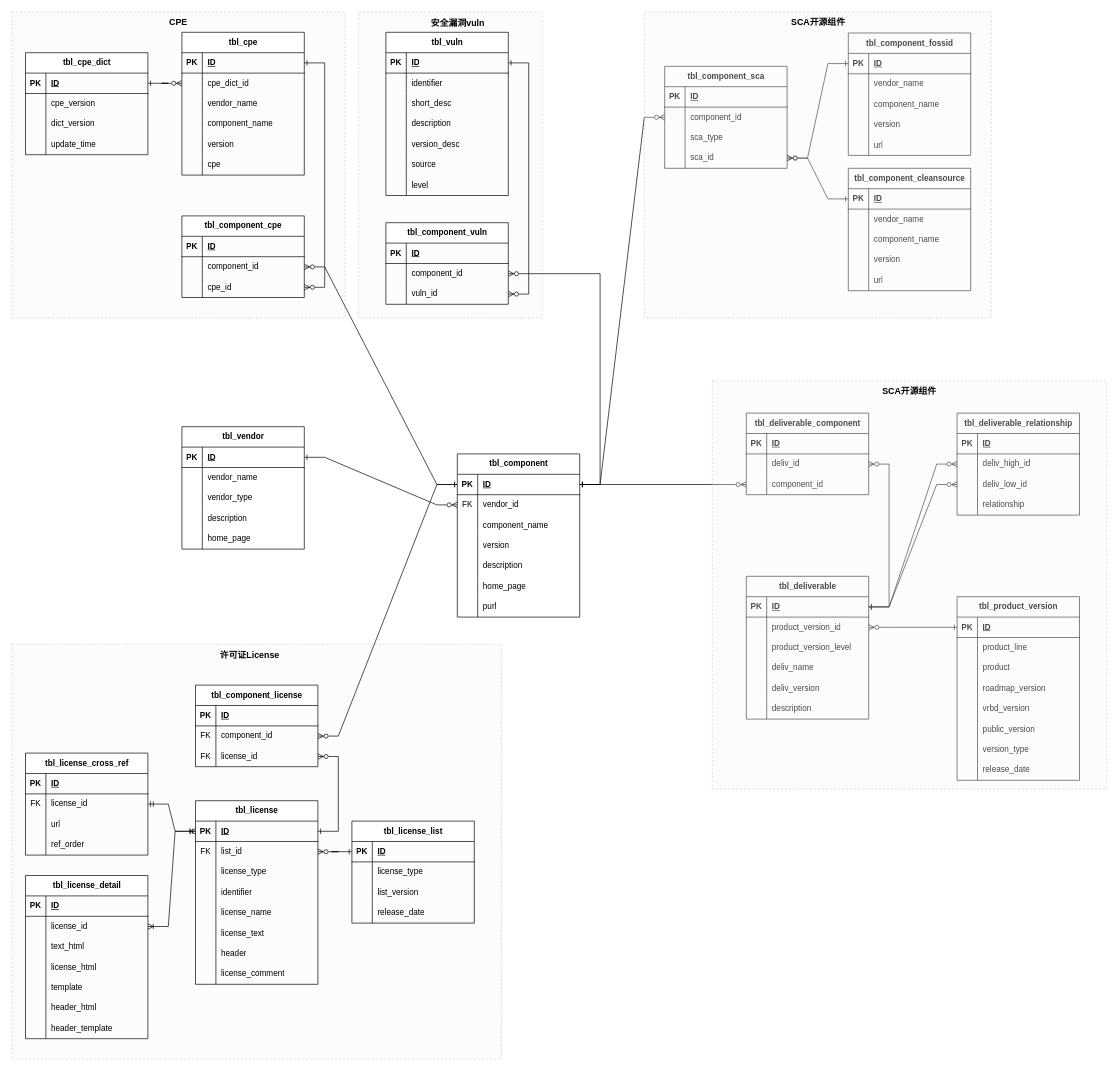
Above: sbom.drawio in twingao/flowchart (draw.io), before the change. Source tidied: cells renumbered, new cells numbered last; positions are measured from the earlier drawing's top-left corner, leaving out a move shared by most shapes. Both pictures are drawn from the tidied source at 68%, with x=0, y=0 at pixel (12, 12).
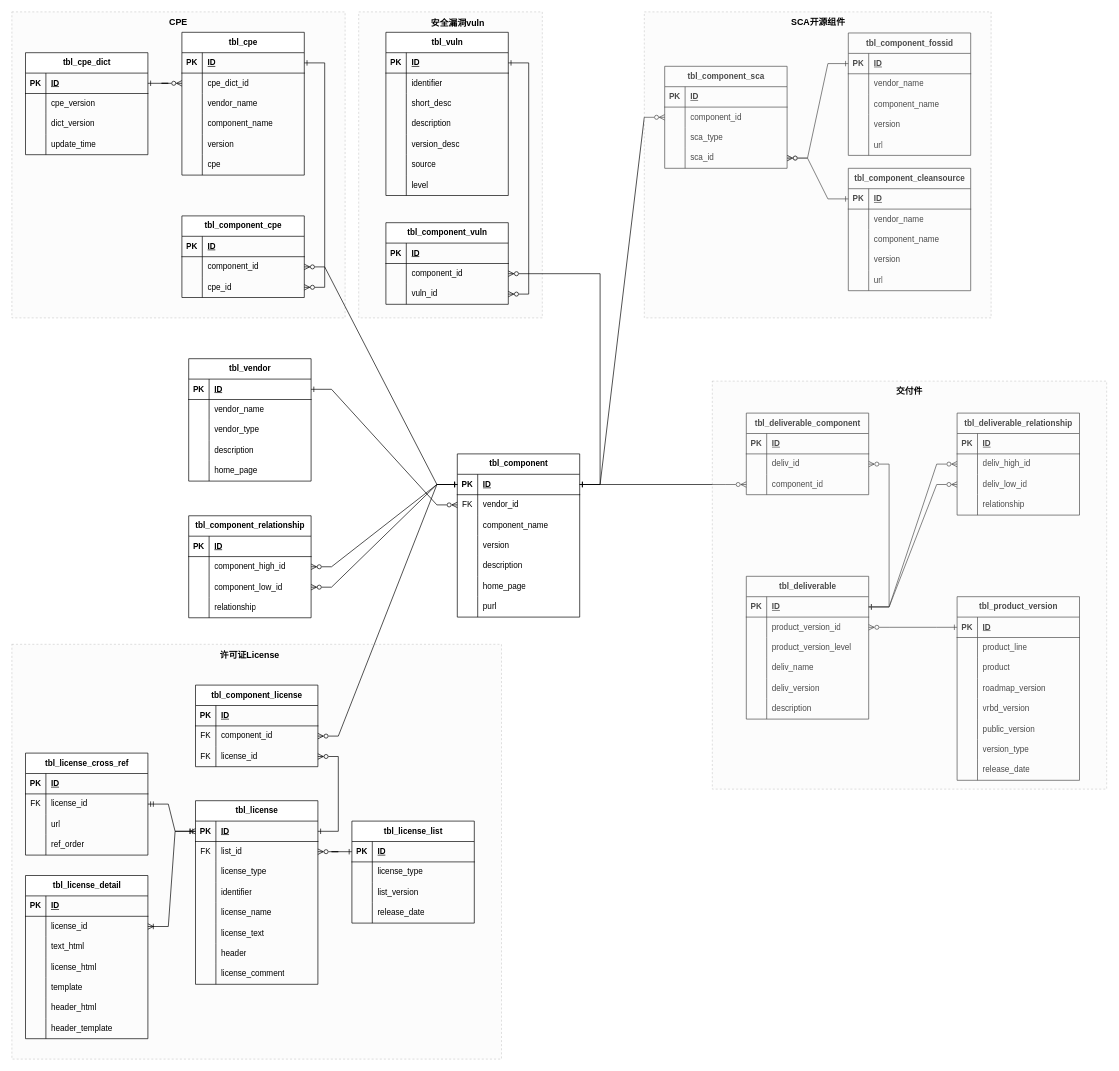
After the change.

The change refers to these unchanged cells:
```xml
<mxCell id="22" style="shape=tableRow;horizontal=0;startSize=0;swimlaneHead=0;swimlaneBody=0;fillColor=none;points=[[0,0.5],[1,0.5]];portConstraint=eastwest;top=0;left=0;right=0;bottom=1;" parent="21" vertex="1">
  <mxGeometry y="30" width="180" height="30" as="geometry" />
</mxCell>
```

Diff of the diagram source:
```diff
@@
     <mxCell id="5" value="tbl_vendor" style="shape=table;startSize=30;childLayout=tableLayout;rowLines=0;fontStyle=1;align=center;html=1;" parent="1" vertex="1">
-      <mxGeometry x="250" y="610" width="180" height="180" as="geometry" />
+      <mxGeometry x="260" y="510" width="180" height="180" as="geometry" />
     </mxCell>
@@
-    <mxCell id="336" value="SCA开源组件" style="text;html=1;strokeColor=none;fillColor=none;align=center;verticalAlign=middle;whiteSpace=wrap;rounded=0;fontStyle=1;fontSize=13;" parent="1" vertex="1">
+    <mxCell id="336" value="交付件" style="text;html=1;strokeColor=none;fillColor=none;align=center;verticalAlign=middle;whiteSpace=wrap;rounded=0;fontStyle=1;fontSize=13;" parent="1" vertex="1">
       <mxGeometry x="1276" y="543" width="88" height="30" as="geometry" />
     </mxCell>
@@
+    <mxCell id="338" value="tbl_component_relationship" style="shape=table;startSize=30;childLayout=tableLayout;rowLines=0;fontStyle=1;align=center;html=1;" parent="1" vertex="1">
+      <mxGeometry x="260" y="741" width="180" height="150" as="geometry" />
+    </mxCell>
+    <mxCell id="339" style="shape=tableRow;horizontal=0;startSize=0;swimlaneHead=0;swimlaneBody=0;fillColor=none;top=0;left=0;right=0;bottom=1;" parent="338" vertex="1">
+      <mxGeometry y="30" width="180" height="30" as="geometry" />
+    </mxCell>
+    <mxCell id="340" value="PK" style="shape=partialRectangle;fillColor=none;top=0;left=0;bottom=0;right=0;fontStyle=1;overflow=hidden;whiteSpace=wrap;html=1;" parent="339" vertex="1">
+      <mxGeometry width="30" height="30" as="geometry" />
+    </mxCell>
+    <mxCell id="341" value="ID" style="shape=partialRectangle;fillColor=none;top=0;left=0;bottom=0;right=0;align=left;spacingLeft=6;fontStyle=5;overflow=hidden;whiteSpace=wrap;html=1;" parent="339" vertex="1">
+      <mxGeometry x="30" width="150" height="30" as="geometry" />
+    </mxCell>
+    <mxCell id="342" style="shape=tableRow;horizontal=0;startSize=0;swimlaneHead=0;swimlaneBody=0;fillColor=none;points=[[0,0.5],[1,0.5]];portConstraint=eastwest;top=0;left=0;right=0;bottom=0;" parent="338" vertex="1">
+      <mxGeometry y="60" width="180" height="30" as="geometry" />
+    </mxCell>
+    <mxCell id="343" style="shape=partialRectangle;fillColor=none;top=0;left=0;bottom=0;right=0;overflow=hidden;whiteSpace=wrap;html=1;" parent="342" vertex="1">
+      <mxGeometry width="30" height="30" as="geometry" />
+    </mxCell>
+    <mxCell id="344" value="component_high_id" style="shape=partialRectangle;fillColor=none;top=0;left=0;bottom=0;right=0;align=left;spacingLeft=6;overflow=hidden;whiteSpace=wrap;html=1;" parent="342" vertex="1">
+      <mxGeometry x="30" width="150" height="30" as="geometry" />
+    </mxCell>
+    <mxCell id="345" style="shape=tableRow;horizontal=0;startSize=0;swimlaneHead=0;swimlaneBody=0;fillColor=none;points=[[0,0.5],[1,0.5]];portConstraint=eastwest;top=0;left=0;right=0;bottom=0;" parent="338" vertex="1">
+      <mxGeometry y="90" width="180" height="30" as="geometry" />
+    </mxCell>
+    <mxCell id="346" style="shape=partialRectangle;fillColor=none;top=0;left=0;bottom=0;right=0;overflow=hidden;whiteSpace=wrap;html=1;" parent="345" vertex="1">
+      <mxGeometry width="30" height="30" as="geometry" />
+    </mxCell>
+    <mxCell id="347" value="component_low_id" style="shape=partialRectangle;fillColor=none;top=0;left=0;bottom=0;right=0;align=left;spacingLeft=6;overflow=hidden;whiteSpace=wrap;html=1;" parent="345" vertex="1">
+      <mxGeometry x="30" width="150" height="30" as="geometry" />
+    </mxCell>
+    <mxCell id="348" style="shape=tableRow;horizontal=0;startSize=0;swimlaneHead=0;swimlaneBody=0;fillColor=none;top=0;left=0;right=0;bottom=0;" parent="338" vertex="1">
+      <mxGeometry y="120" width="180" height="30" as="geometry" />
+    </mxCell>
+    <mxCell id="349" style="shape=partialRectangle;fillColor=none;top=0;left=0;bottom=0;right=0;overflow=hidden;whiteSpace=wrap;html=1;" parent="348" vertex="1">
+      <mxGeometry width="30" height="30" as="geometry" />
+    </mxCell>
+    <mxCell id="350" value="relationship" style="shape=partialRectangle;fillColor=none;top=0;left=0;bottom=0;right=0;align=left;spacingLeft=6;overflow=hidden;whiteSpace=wrap;html=1;" parent="348" vertex="1">
+      <mxGeometry x="30" width="150" height="30" as="geometry" />
+    </mxCell>
+    <mxCell id="351" style="edgeStyle=entityRelationEdgeStyle;fontSize=12;html=1;endArrow=ERone;startArrow=ERzeroToMany;rounded=0;startFill=0;endFill=0;" parent="1" edge="1" source="342" target="22">
+      <mxGeometry relative="1" as="geometry" />
+    </mxCell>
+    <mxCell id="352" style="edgeStyle=entityRelationEdgeStyle;fontSize=12;html=1;endArrow=ERone;startArrow=ERzeroToMany;rounded=0;startFill=0;endFill=0;" parent="1" edge="1" source="345" target="22">
+      <mxGeometry relative="1" as="geometry" />
+    </mxCell>
```
